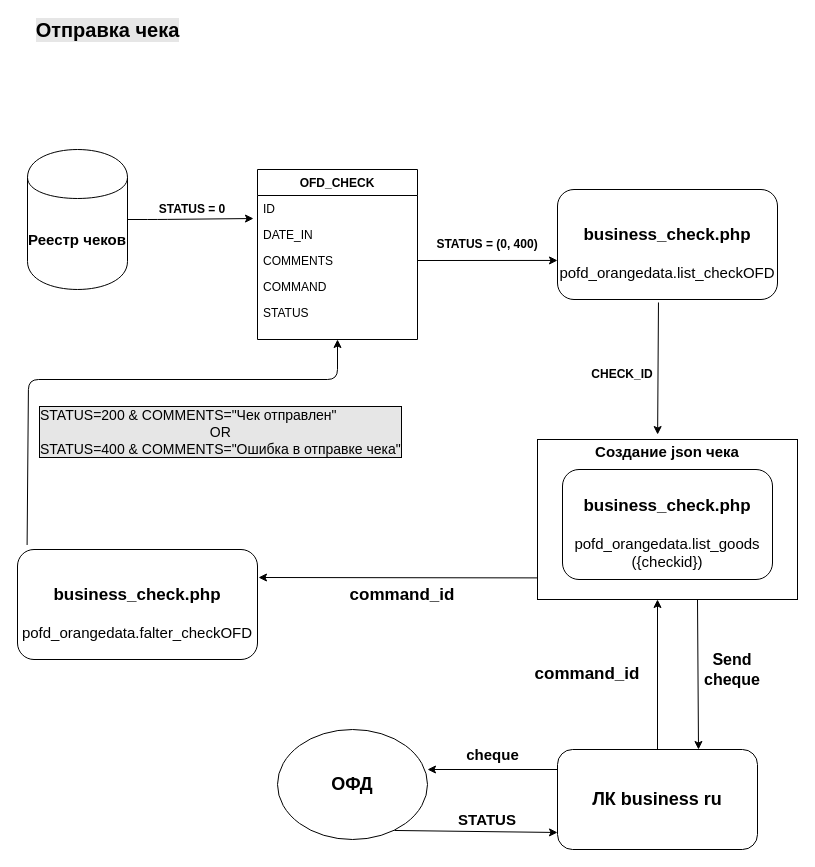
Earlier version of the draw.io diagram Untitled Diagram.drawio (Tanya291995/my_first). Source tidied: cells renumbered, new cells numbered last; positions are measured from the earlier drawing's top-left corner, leaving out a move shared by most shapes. Both pictures are drawn from the tidied source at 100%, with x=0, y=0 at pixel (17, 19).
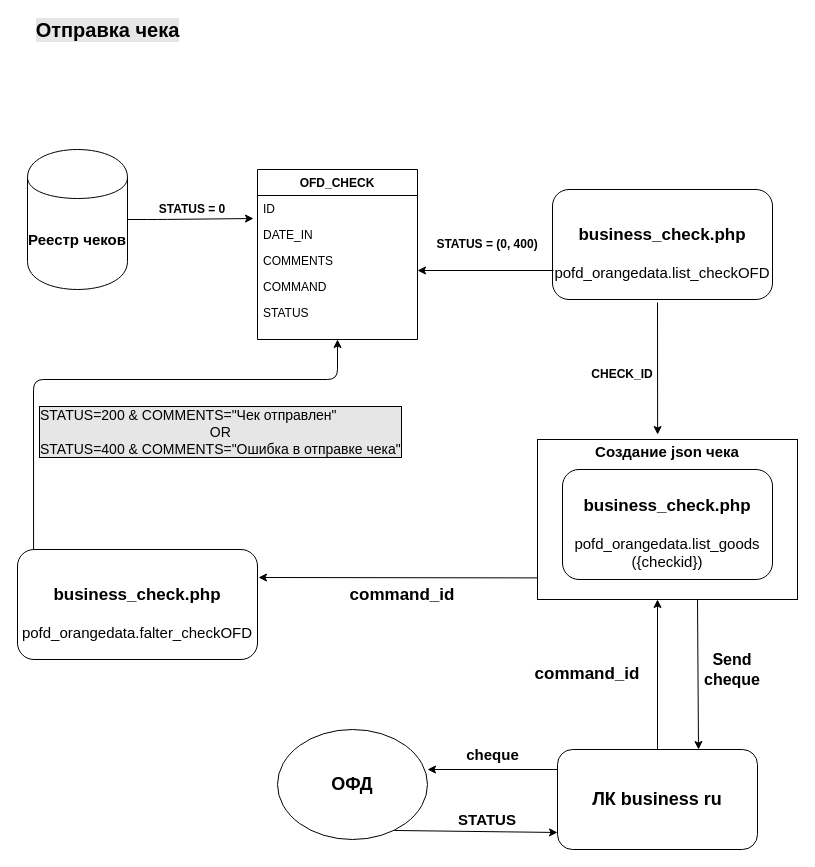
The same page after the edit.

The change refers to these unchanged cells:
```xml
<mxCell id="2" style="rounded=0;whiteSpace=wrap;html=1;fontSize=15;" parent="1" vertex="1">
  <mxGeometry x="520" y="420" width="260" height="160" as="geometry" />
</mxCell>
<mxCell id="15" value="OFD_CHECK" style="swimlane;fontStyle=1;align=center;verticalAlign=top;horizontal=1;startSize=26;rounded=0;shadow=0;strokeWidth=1;" parent="1" vertex="1">
  <mxGeometry x="240" y="150" width="160" height="170" as="geometry" />
</mxCell>
<mxCell id="18" value="COMMENTS" style="text;align=left;verticalAlign=top;spacingLeft=4;spacingRight=4;overflow=hidden;points=[[0,0.5],[1,0.5]];portConstraint=eastwest;rounded=0;shadow=0;html=0;" parent="15" vertex="1">
  <mxGeometry y="78" width="160" height="26" as="geometry" />
</mxCell>
<mxCell id="29" value="&lt;div&gt;&lt;br&gt;&lt;/div&gt;&lt;div&gt;&lt;font size=&quot;1&quot;&gt;&lt;b style=&quot;font-size: 17px&quot;&gt;business_check.php&lt;/b&gt;&lt;/font&gt;&lt;/div&gt;&lt;div&gt;&lt;br&gt;&lt;/div&gt;&lt;div&gt;pofd_orangedata.falter_checkOFD&lt;br&gt;&lt;/div&gt;" style="rounded=1;whiteSpace=wrap;html=1;fontSize=15;" parent="1" vertex="1">
  <mxGeometry y="530" width="240" height="110" as="geometry" />
</mxCell>
```

The edit, as a diff of the source:
```diff
@@
     <mxCell id="7" value="&lt;div&gt;&lt;br&gt;&lt;/div&gt;&lt;div&gt;&lt;font size=&quot;1&quot;&gt;&lt;b style=&quot;font-size: 17px&quot;&gt;business_check.php&lt;/b&gt;&lt;/font&gt;&lt;/div&gt;&lt;div&gt;&lt;br&gt;&lt;/div&gt;&lt;div&gt;pofd_orangedata.list_checkOFD&lt;/div&gt;" style="rounded=1;whiteSpace=wrap;html=1;fontSize=15;" parent="1" vertex="1">
-      <mxGeometry x="540" y="170" width="220" height="110" as="geometry" />
+      <mxGeometry x="535" y="170" width="220" height="110" as="geometry" />
     </mxCell>
-    <mxCell id="8" style="edgeStyle=orthogonalEdgeStyle;rounded=0;jettySize=auto;html=1;exitX=1;exitY=0.5;exitDx=0;exitDy=0;fontSize=15;entryX=0;entryY=0.645;entryDx=0;entryDy=0;entryPerimeter=0;" parent="1" edge="1" source="18" target="7">
-      <mxGeometry relative="1" as="geometry" />
-    </mxCell>
@@
-    <mxCell id="10" style="endArrow=classic;html=1;fontSize=15;exitX=0.459;exitY=1.027;exitDx=0;exitDy=0;exitPerimeter=0;entryX=0.462;entryY=-0.031;entryDx=0;entryDy=0;entryPerimeter=0;" parent="1" edge="1" source="7" target="2">
-      <mxGeometry relative="1" as="geometry" />
+    <mxCell id="10" style="endArrow=classic;html=1;fontSize=15;entryX=0.462;entryY=-0.031;entryDx=0;entryDy=0;entryPerimeter=0;" parent="1" edge="1" target="2">
+      <mxGeometry relative="1" as="geometry">
+        <mxPoint x="640" y="283" as="sourcePoint" />
+      </mxGeometry>
     </mxCell>
@@
-    <mxCell id="32" style="endArrow=classic;html=1;fontSize=17;entryX=0.5;entryY=1;entryDx=0;entryDy=0;exitX=0.04;exitY=-0.041;exitDx=0;exitDy=0;exitPerimeter=0;" parent="1" edge="1" source="29" target="15">
+    <mxCell id="32" style="endArrow=classic;html=1;fontSize=17;entryX=0.5;entryY=1;entryDx=0;entryDy=0;exitX=0.067;exitY=0;exitDx=0;exitDy=0;exitPerimeter=0;" parent="1" edge="1" source="29" target="15">
       <mxGeometry relative="1" as="geometry">
         <Array as="points">
-          <mxPoint x="11" y="360" />
+          <mxPoint x="16" y="360" />
           <mxPoint x="320" y="360" />
         </Array>
       </mxGeometry>
     </mxCell>
@@
+    <mxCell id="35" style="endArrow=classic;html=1;entryX=1;entryY=0.885;entryDx=0;entryDy=0;entryPerimeter=0;" parent="1" edge="1" target="18">
+      <mxGeometry relative="1" as="geometry">
+        <mxPoint x="536" y="251" as="sourcePoint" />
+      </mxGeometry>
+    </mxCell>
```
